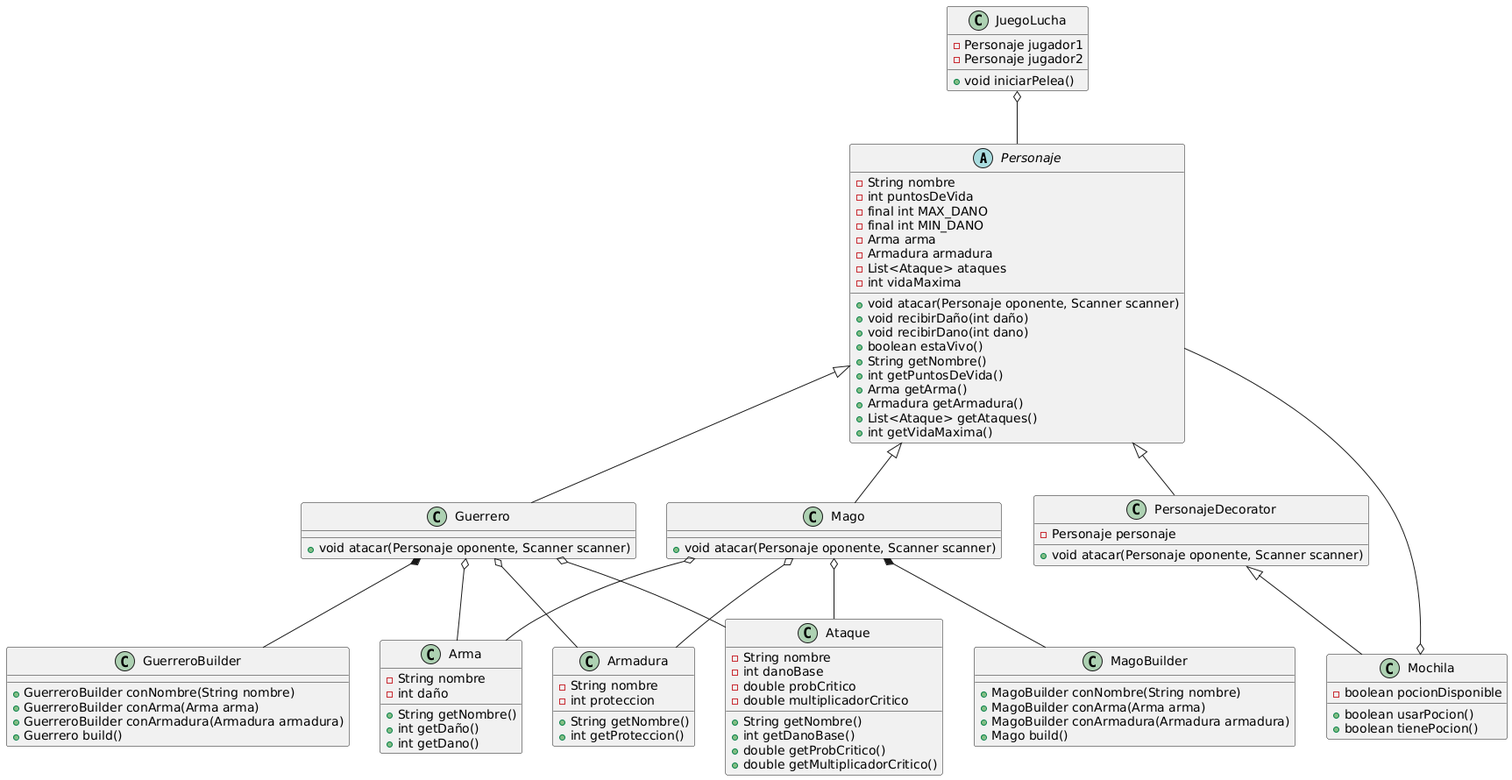
Jupamohi2/JuegoLucha keeps this PlantUML diagram as Diagrama JuegoLucha.png. Above is the earlier version. The source it was exported from:
```plantuml
@startuml
abstract class Personaje {
    - String nombre
    - int puntosDeVida
    - final int MAX_DANO
    - final int MIN_DANO
    - Arma arma
    - Armadura armadura
    - List<Ataque> ataques
    - int vidaMaxima
    + void atacar(Personaje oponente, Scanner scanner)
    + void recibirDaño(int daño)
    + void recibirDano(int dano)
    + boolean estaVivo()
    + String getNombre()
    + int getPuntosDeVida()
    + Arma getArma()
    + Armadura getArmadura()
    + List<Ataque> getAtaques()
    + int getVidaMaxima()
}

class Guerrero {
    + void atacar(Personaje oponente, Scanner scanner)
}
class GuerreroBuilder {
    + GuerreroBuilder conNombre(String nombre)
    + GuerreroBuilder conArma(Arma arma)
    + GuerreroBuilder conArmadura(Armadura armadura)
    + Guerrero build()
}
class Mago {
    + void atacar(Personaje oponente, Scanner scanner)
}
class MagoBuilder {
    + MagoBuilder conNombre(String nombre)
    + MagoBuilder conArma(Arma arma)
    + MagoBuilder conArmadura(Armadura armadura)
    + Mago build()
}
class Arma {
    - String nombre
    - int daño
    + String getNombre()
    + int getDaño()
    + int getDano()
}
class Armadura {
    - String nombre
    - int proteccion
    + String getNombre()
    + int getProteccion()
}
class Ataque {
    - String nombre
    - int danoBase
    - double probCritico
    - double multiplicadorCritico
    + String getNombre()
    + int getDanoBase()
    + double getProbCritico()
    + double getMultiplicadorCritico()
}
class PersonajeDecorator {
    - Personaje personaje
    + void atacar(Personaje oponente, Scanner scanner)
}
class Mochila {
    - boolean pocionDisponible
    + boolean usarPocion()
    + boolean tienePocion()
}
class JuegoLucha {
    - Personaje jugador1
    - Personaje jugador2
    + void iniciarPelea()
}

Personaje <|-- Guerrero
Personaje <|-- Mago
Personaje <|-- PersonajeDecorator
PersonajeDecorator <|-- Mochila
Guerrero o-- Arma
Guerrero o-- Armadura
Guerrero o-- Ataque
Mago o-- Arma
Mago o-- Armadura
Mago o-- Ataque
JuegoLucha o-- Personaje
Mochila o-- Personaje
Guerrero *-- GuerreroBuilder
Mago *-- MagoBuilder
@enduml
```
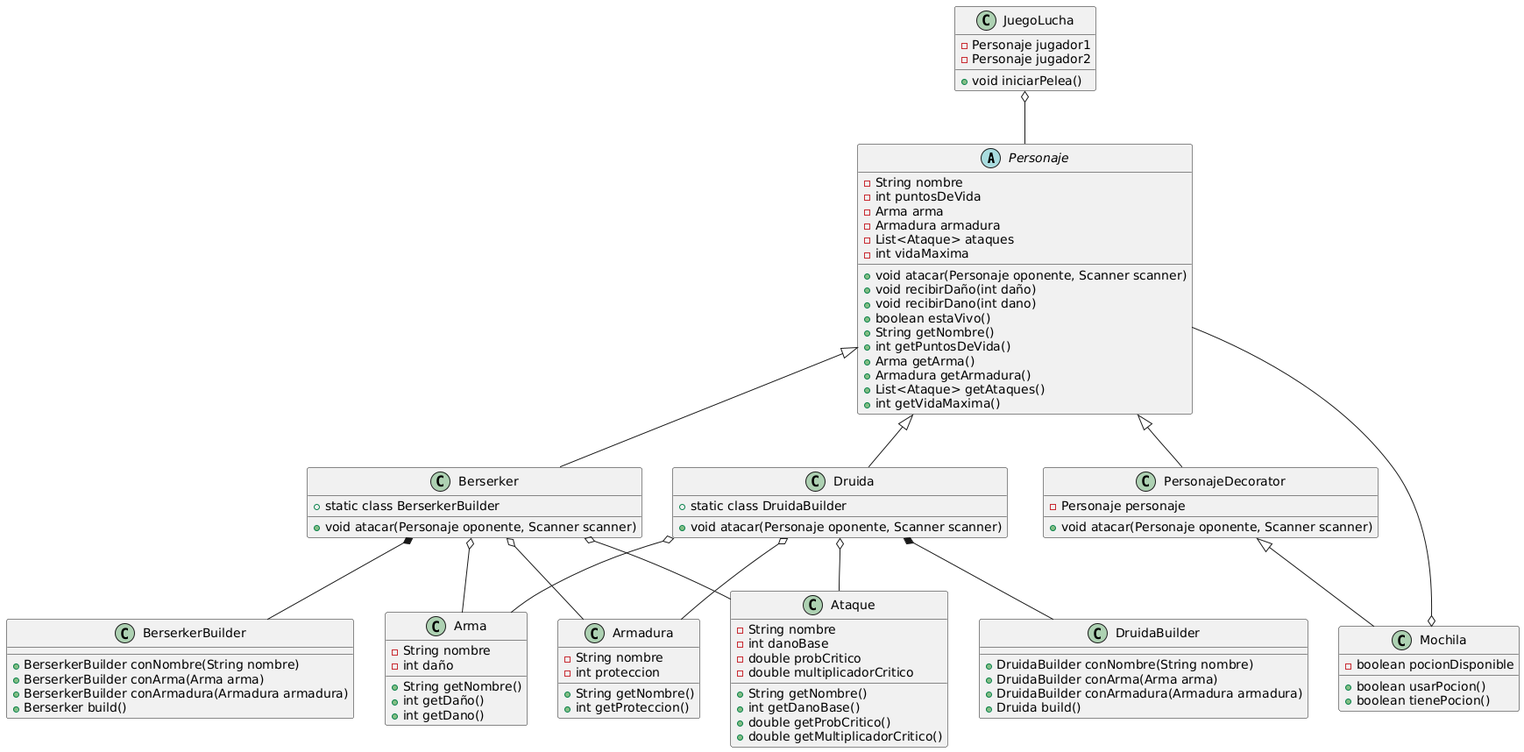
After the change.

Commit message:
Corregí el diagrama de clases

What changed in the source:
```diff
@@ -2,8 +2,6 @@
 abstract class Personaje {
     - String nombre
     - int puntosDeVida
-    - final int MAX_DANO
-    - final int MIN_DANO
     - Arma arma
     - Armadura armadura
     - List<Ataque> ataques
@@ -20,23 +18,25 @@
     + int getVidaMaxima()
 }
 
-class Guerrero {
+class Berserker {
     + void atacar(Personaje oponente, Scanner scanner)
+    + static class BerserkerBuilder
 }
-class GuerreroBuilder {
-    + GuerreroBuilder conNombre(String nombre)
-    + GuerreroBuilder conArma(Arma arma)
-    + GuerreroBuilder conArmadura(Armadura armadura)
-    + Guerrero build()
+class BerserkerBuilder {
+    + BerserkerBuilder conNombre(String nombre)
+    + BerserkerBuilder conArma(Arma arma)
+    + BerserkerBuilder conArmadura(Armadura armadura)
+    + Berserker build()
 }
-class Mago {
+class Druida {
     + void atacar(Personaje oponente, Scanner scanner)
+    + static class DruidaBuilder
 }
-class MagoBuilder {
-    + MagoBuilder conNombre(String nombre)
-    + MagoBuilder conArma(Arma arma)
-    + MagoBuilder conArmadura(Armadura armadura)
-    + Mago build()
+class DruidaBuilder {
+    + DruidaBuilder conNombre(String nombre)
+    + DruidaBuilder conArma(Arma arma)
+    + DruidaBuilder conArmadura(Armadura armadura)
+    + Druida build()
 }
 class Arma {
     - String nombre
@@ -76,18 +76,18 @@
     + void iniciarPelea()
 }
 
-Personaje <|-- Guerrero
-Personaje <|-- Mago
+Personaje <|-- Berserker
+Personaje <|-- Druida
 Personaje <|-- PersonajeDecorator
 PersonajeDecorator <|-- Mochila
-Guerrero o-- Arma
-Guerrero o-- Armadura
-Guerrero o-- Ataque
-Mago o-- Arma
-Mago o-- Armadura
-Mago o-- Ataque
+Berserker o-- Arma
+Berserker o-- Armadura
+Berserker o-- Ataque
+Druida o-- Arma
+Druida o-- Armadura
+Druida o-- Ataque
 JuegoLucha o-- Personaje
 Mochila o-- Personaje
-Guerrero *-- GuerreroBuilder
-Mago *-- MagoBuilder
+Berserker *-- BerserkerBuilder
+Druida *-- DruidaBuilder
 @enduml
```
